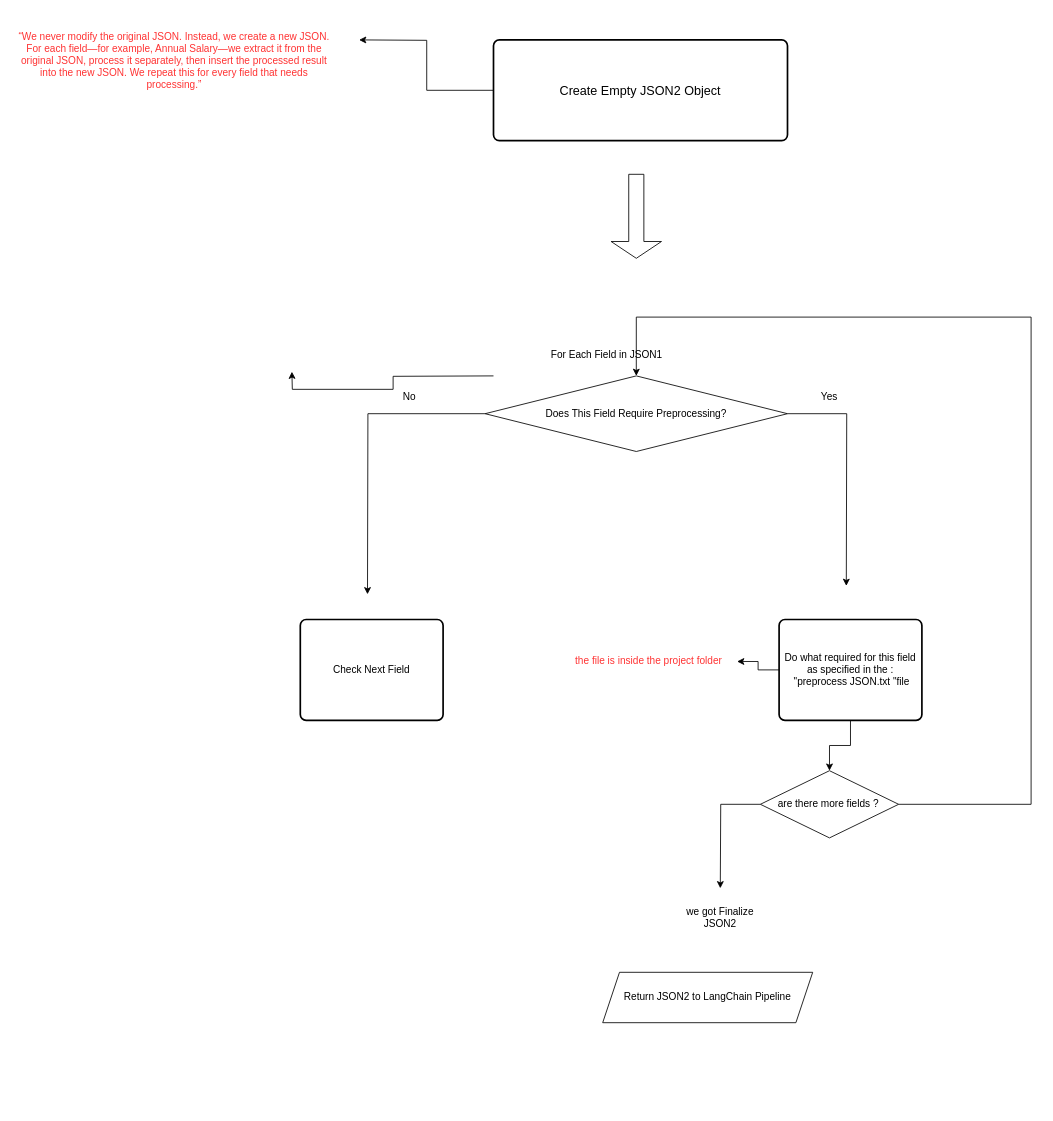
This is page "Ahmad preprocess JSON" (10 of 13) of FinSigh_AI_FlowChat.drawio from ABDULRAHMAN-M-CODE/FinSight_AI, a draw.io file, before an edit. Source tidied: cells renumbered, new cells numbered last; positions are measured from the earlier drawing's top-left corner, leaving out a move shared by most shapes. Both pictures are drawn from the tidied source at 84%, with x=0, y=0 at pixel (14, 14).
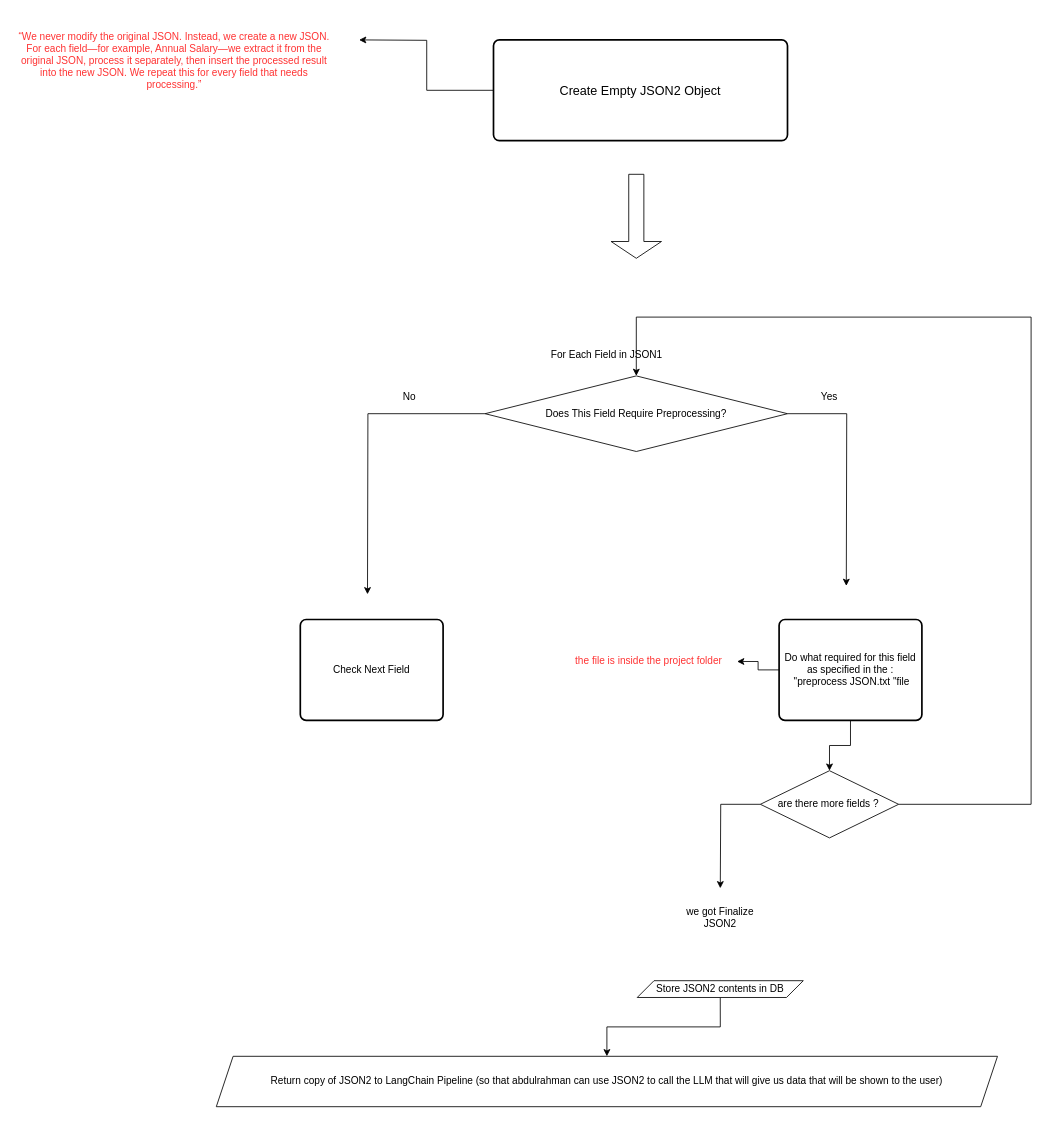
The same diagram, later.

What changed in the source:
```diff
@@
-    <mxCell id="2" style="edgeStyle=orthogonalEdgeStyle;rounded=0;orthogonalLoop=1;jettySize=auto;html=1;exitX=0;exitY=0.5;exitDx=0;exitDy=0;" parent="1" edge="1">
-      <mxGeometry relative="1" as="geometry">
-        <mxPoint x="570" y="430" as="sourcePoint" />
-        <mxPoint x="330" y="425" as="targetPoint" />
-      </mxGeometry>
-    </mxCell>
@@
-    <mxCell id="22" value="&lt;span style=&quot;font-size: 12px;&quot;&gt;Return JSON2 to LangChain Pipeline&lt;/span&gt;" style="shape=parallelogram;perimeter=parallelogramPerimeter;whiteSpace=wrap;html=1;fixedSize=1;" parent="1" vertex="1">
-      <mxGeometry x="700" y="1140" width="250" height="60" as="geometry" />
+    <mxCell id="22" value="&lt;span style=&quot;font-size: 12px;&quot;&gt;Return copy of JSON2 to LangChain Pipeline (so that abdulrahman can use JSON2 to call the LLM that will give us data that will be shown to the user)&lt;/span&gt;" style="shape=parallelogram;perimeter=parallelogramPerimeter;whiteSpace=wrap;html=1;fixedSize=1;" parent="1" vertex="1">
+      <mxGeometry x="240" y="1240" width="930" height="60" as="geometry" />
     </mxCell>
+    <mxCell id="23" style="edgeStyle=orthogonalEdgeStyle;rounded=0;jettySize=auto;html=1;exitX=0.5;exitY=1;exitDx=0;exitDy=0;" parent="1" edge="1" source="24" target="22">
+      <mxGeometry relative="1" as="geometry" />
+    </mxCell>
+    <mxCell id="24" value="Store JSON2 contents in DB" style="shape=parallelogram;perimeter=parallelogramPerimeter;whiteSpace=wrap;html=1;fixedSize=1;" parent="1" vertex="1">
+      <mxGeometry x="741.1" y="1150" width="197.7" height="20" as="geometry" />
+    </mxCell>
```
